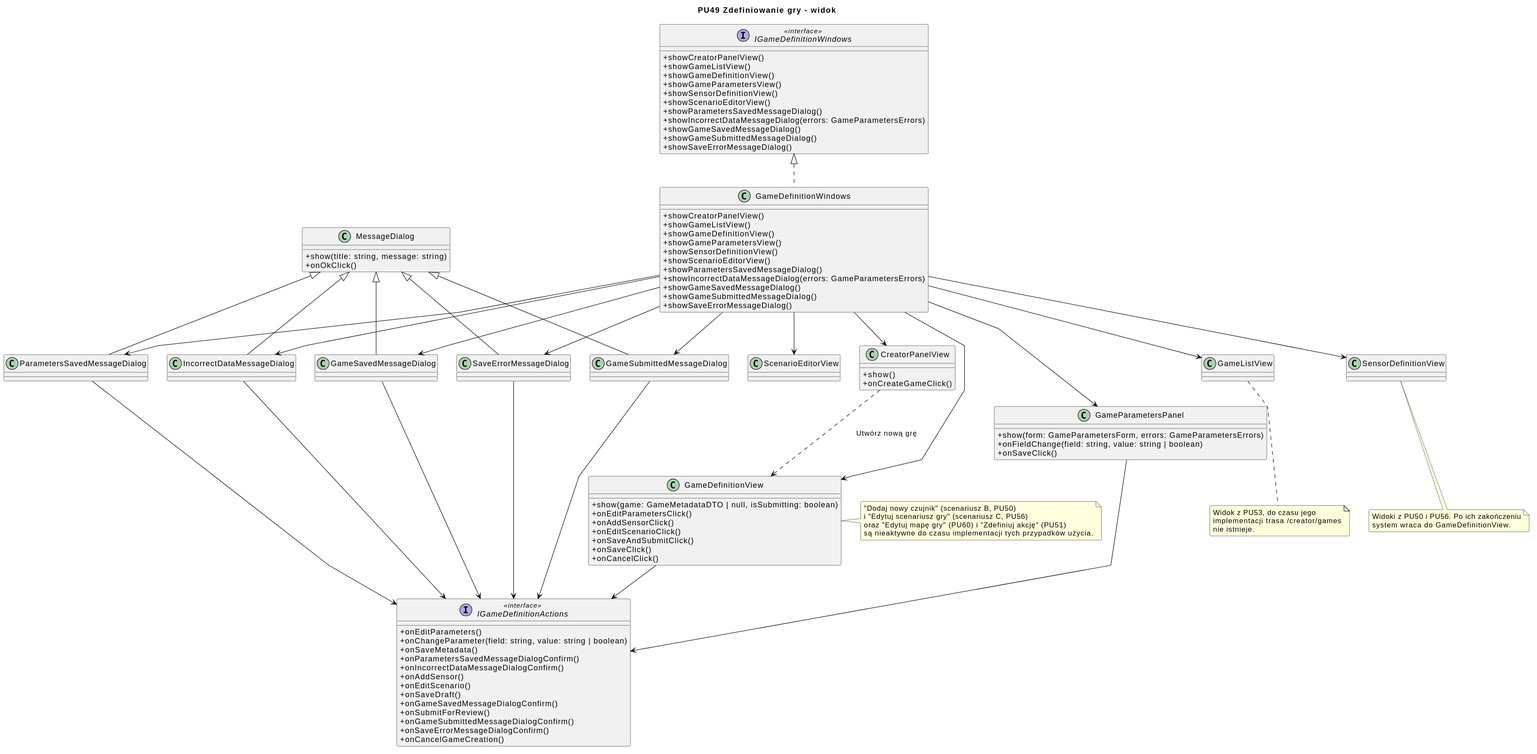
This is diagrams/frontend/rendered/game-definition-view.svg from Igor-Ochocki/POP-2026Z, a PlantUML export, as it was before one commit.
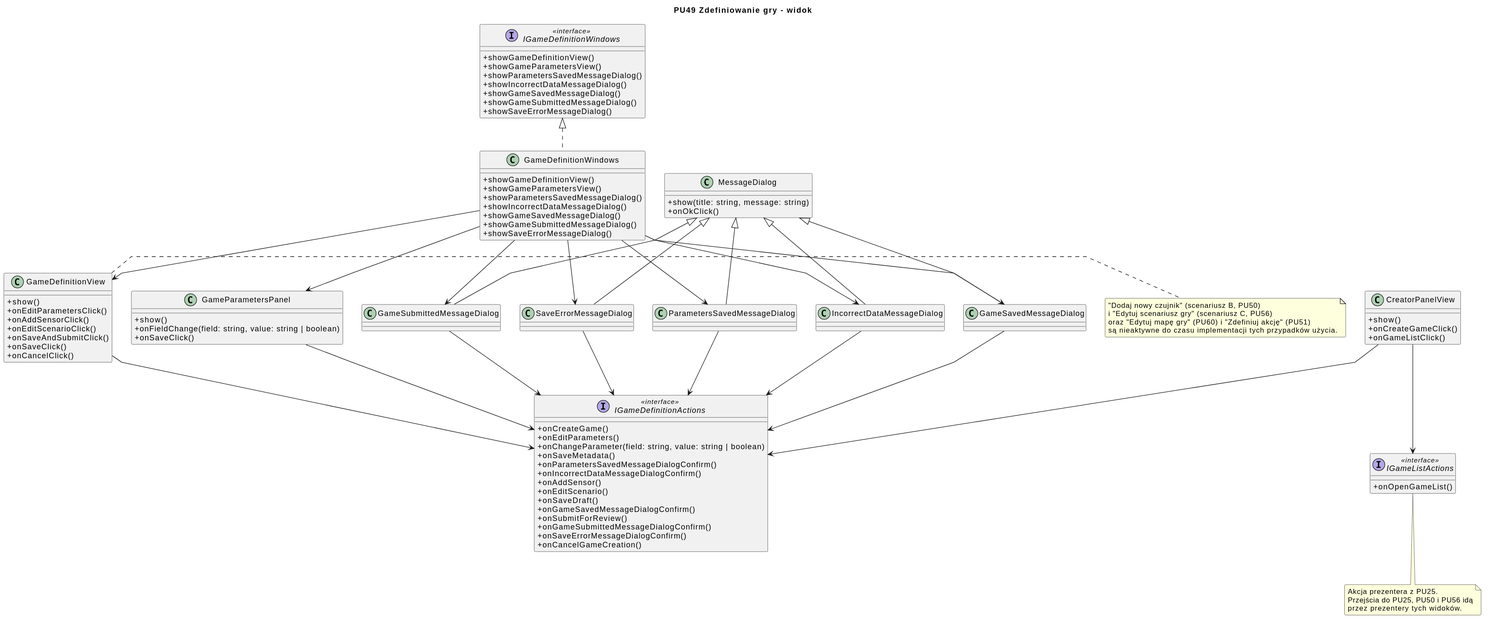
The same file after the commit.

Commit message:
PU49/fe: diagramy pod nawigację przez prezentery i IGamesApi

Diff of the diagram source:
```diff
@@ -10,14 +10,11 @@
 class CreatorPanelView {
     + show()
     + onCreateGameClick()
+    + onGameListClick()
 }
 
-class GameListView
-class SensorDefinitionView
-class ScenarioEditorView
-
 class GameDefinitionView {
-    + show(game: GameMetadataDTO | null, isSubmitting: boolean)
+    + show()
     + onEditParametersClick()
     + onAddSensorClick()
     + onEditScenarioClick()
@@ -27,7 +24,7 @@
 }
 
 class GameParametersPanel {
-    + show(form: GameParametersForm, errors: GameParametersErrors)
+    + show()
     + onFieldChange(field: string, value: string | boolean)
     + onSaveClick()
 }
@@ -50,6 +47,7 @@
 SaveErrorMessageDialog -u-|> MessageDialog
 
 interface IGameDefinitionActions <<interface>> {
+    + onCreateGame()
     + onEditParameters()
     + onChangeParameter(field: string, value: string | boolean)
     + onSaveMetadata()
@@ -65,6 +63,12 @@
     + onCancelGameCreation()
 }
 
+interface IGameListActions <<interface>> {
+    + onOpenGameList()
+}
+
+CreatorPanelView --> IGameDefinitionActions
+CreatorPanelView --> IGameListActions
 GameDefinitionView --> IGameDefinitionActions
 GameParametersPanel --> IGameDefinitionActions
 ParametersSavedMessageDialog --> IGameDefinitionActions
@@ -74,28 +78,20 @@
 SaveErrorMessageDialog --> IGameDefinitionActions
 
 interface IGameDefinitionWindows <<interface>> {
-    + showCreatorPanelView()
-    + showGameListView()
     + showGameDefinitionView()
     + showGameParametersView()
-    + showSensorDefinitionView()
-    + showScenarioEditorView()
     + showParametersSavedMessageDialog()
-    + showIncorrectDataMessageDialog(errors: GameParametersErrors)
+    + showIncorrectDataMessageDialog()
     + showGameSavedMessageDialog()
     + showGameSubmittedMessageDialog()
     + showSaveErrorMessageDialog()
 }
 
 class GameDefinitionWindows {
-    + showCreatorPanelView()
-    + showGameListView()
     + showGameDefinitionView()
     + showGameParametersView()
-    + showSensorDefinitionView()
-    + showScenarioEditorView()
     + showParametersSavedMessageDialog()
-    + showIncorrectDataMessageDialog(errors: GameParametersErrors)
+    + showIncorrectDataMessageDialog()
     + showGameSavedMessageDialog()
     + showGameSubmittedMessageDialog()
     + showSaveErrorMessageDialog()
@@ -103,24 +99,18 @@
 
 GameDefinitionWindows .u.|> IGameDefinitionWindows
 
-GameDefinitionWindows --> CreatorPanelView
-GameDefinitionWindows --> GameListView
 GameDefinitionWindows --> GameDefinitionView
 GameDefinitionWindows --> GameParametersPanel
-GameDefinitionWindows --> SensorDefinitionView
-GameDefinitionWindows --> ScenarioEditorView
 GameDefinitionWindows --> ParametersSavedMessageDialog
 GameDefinitionWindows --> IncorrectDataMessageDialog
 GameDefinitionWindows --> GameSavedMessageDialog
 GameDefinitionWindows --> GameSubmittedMessageDialog
 GameDefinitionWindows --> SaveErrorMessageDialog
 
-CreatorPanelView ..> GameDefinitionView : "Utwórz nową grę"
-
-note bottom of GameListView
-    Widok z PU53, do czasu jego
-    implementacji trasa /creator/games
-    nie istnieje.
+note bottom of IGameListActions
+    Akcja prezentera z PU25.
+    Przejścia do PU25, PU50 i PU56 idą
+    przez prezentery tych widoków.
 end note
 
 note right of GameDefinitionView
@@ -129,9 +119,4 @@
     oraz "Edytuj mapę gry" (PU60) i "Zdefiniuj akcję" (PU51)
     są nieaktywne do czasu implementacji tych przypadków użycia.
 end note
-
-note bottom of SensorDefinitionView
-    Widoki z PU50 i PU56. Po ich zakończeniu
-    system wraca do GameDefinitionView.
-end note
 @enduml
```
